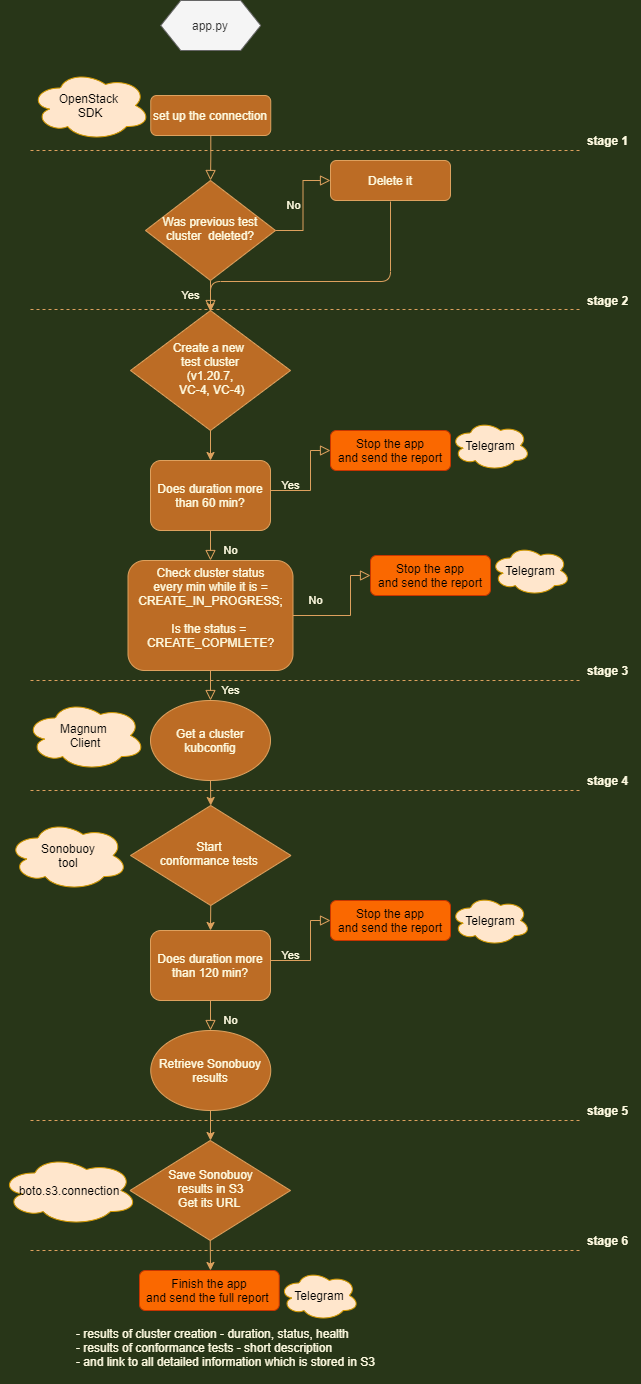
Vika1990Z/Vika keeps this draw.io diagram as full_cluster_monitoring_app.png. Above is the earlier version. Source tidied: cells renumbered, new cells last; positions are measured from the earlier drawing's top-left corner, leaving out a move shared by most shapes.
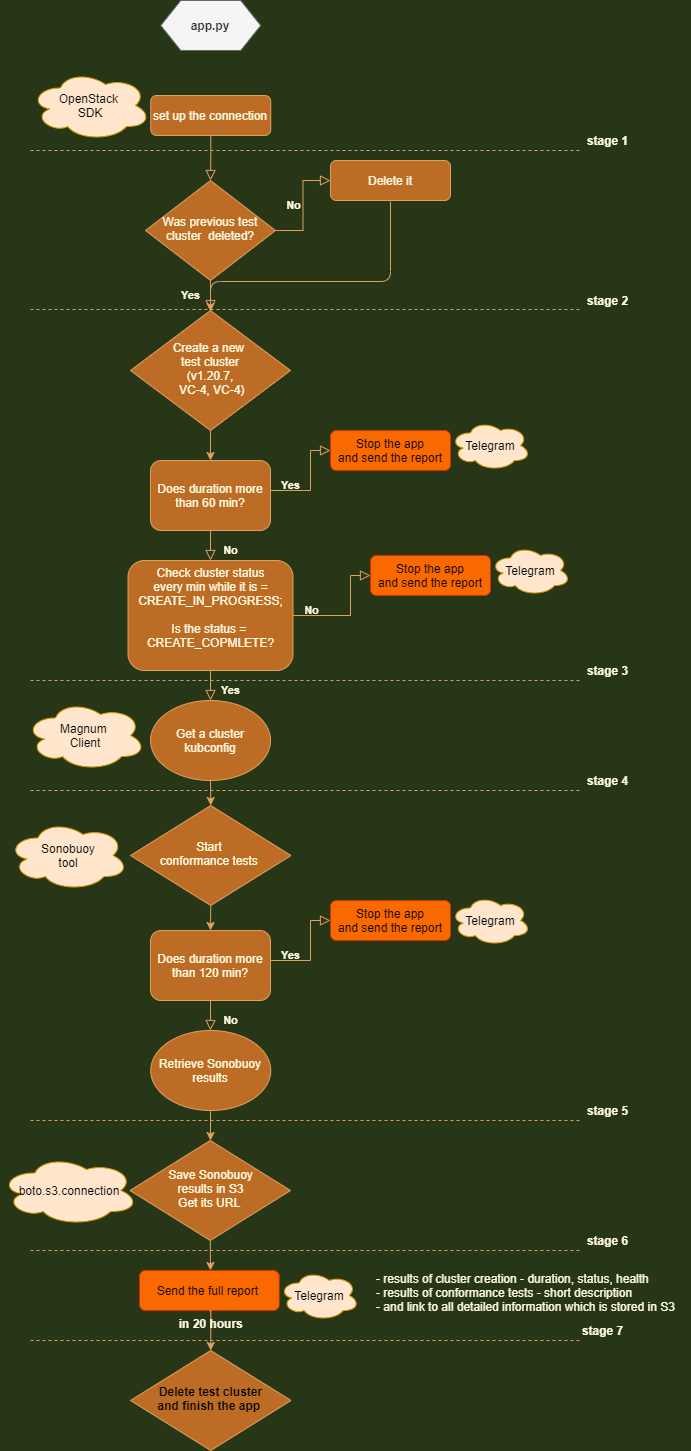
After the change.

The edit, as a diff of the source:
```diff
@@ -8,10 +8,10 @@
     <mxCell id="3" value="set up the connection" style="rounded=1;whiteSpace=wrap;html=1;fontSize=12;glass=0;strokeWidth=1;shadow=0;fillColor=#BC6C25;strokeColor=#DDA15E;fontColor=#FEFAE0;" parent="1" vertex="1">
       <mxGeometry x="150.2" y="95" width="120" height="40" as="geometry" />
     </mxCell>
-    <mxCell id="4" value="Yes" style="rounded=0;html=1;jettySize=auto;fontSize=11;endArrow=block;endFill=0;endSize=8;strokeWidth=1;shadow=0;labelBackgroundColor=none;edgeStyle=orthogonalEdgeStyle;strokeColor=#DDA15E;fontColor=#FEFAE0;" parent="1" edge="1" source="6" target="10">
+    <mxCell id="4" value="Yes" style="rounded=0;html=1;jettySize=auto;fontSize=11;endArrow=block;endFill=0;endSize=8;strokeWidth=1;shadow=0;labelBackgroundColor=none;edgeStyle=orthogonalEdgeStyle;strokeColor=#DDA15E;fontColor=#FEFAE0;fontStyle=1;" parent="1" edge="1" source="6" target="10">
       <mxGeometry y="20" relative="1" as="geometry" />
     </mxCell>
-    <mxCell id="5" value="No" style="edgeStyle=orthogonalEdgeStyle;rounded=0;html=1;jettySize=auto;fontSize=11;endArrow=block;endFill=0;endSize=8;strokeWidth=1;shadow=0;labelBackgroundColor=none;strokeColor=#DDA15E;fontColor=#FEFAE0;" parent="1" edge="1" source="6" target="8">
+    <mxCell id="5" value="No" style="edgeStyle=orthogonalEdgeStyle;rounded=0;html=1;jettySize=auto;fontSize=11;endArrow=block;endFill=0;endSize=8;strokeWidth=1;shadow=0;labelBackgroundColor=none;strokeColor=#DDA15E;fontColor=#FEFAE0;fontStyle=1;" parent="1" edge="1" source="6" target="8">
       <mxGeometry y="10" relative="1" as="geometry" />
     </mxCell>
     <mxCell id="6" value="Was previous test cluster&amp;nbsp; deleted?" style="rhombus;whiteSpace=wrap;html=1;shadow=0;fontFamily=Helvetica;fontSize=12;align=center;strokeWidth=1;spacing=6;spacingTop=-4;fillColor=#BC6C25;strokeColor=#DDA15E;fontColor=#FEFAE0;" parent="1" vertex="1">
@@ -42,7 +42,7 @@
     <mxCell id="12" value="Stop the app&lt;br&gt;and send the report" style="rounded=1;whiteSpace=wrap;html=1;fontSize=12;glass=0;strokeWidth=1;shadow=0;fillColor=#fa6800;strokeColor=#C73500;fontColor=#000000;" parent="1" vertex="1">
       <mxGeometry x="330" y="430" width="120" height="40" as="geometry" />
     </mxCell>
-    <mxCell id="13" value="Yes" style="rounded=0;html=1;jettySize=auto;fontSize=11;endArrow=block;endFill=0;endSize=8;strokeWidth=1;shadow=0;labelBackgroundColor=none;edgeStyle=orthogonalEdgeStyle;strokeColor=#DDA15E;fontColor=#FEFAE0;entryX=0;entryY=0.5;entryDx=0;entryDy=0;" parent="1" edge="1" target="12">
+    <mxCell id="13" value="Yes" style="rounded=0;html=1;jettySize=auto;fontSize=11;endArrow=block;endFill=0;endSize=8;strokeWidth=1;shadow=0;labelBackgroundColor=none;edgeStyle=orthogonalEdgeStyle;strokeColor=#DDA15E;fontColor=#FEFAE0;entryX=0;entryY=0.5;entryDx=0;entryDy=0;fontStyle=1;" parent="1" edge="1" target="12">
       <mxGeometry y="20" relative="1" as="geometry">
         <mxPoint x="270" y="500" as="sourcePoint" />
         <Array as="points">
@@ -55,7 +55,7 @@
     <mxCell id="14" value="Check cluster status&lt;br&gt;every min while it is = CREATE_IN_PROGRESS;&lt;br&gt;&lt;br&gt;Is the status =&amp;nbsp;&lt;br&gt;CREATE_COPMLETE?&lt;br&gt;&lt;font color=&quot;#ce9178&quot; face=&quot;consolas, courier new, monospace&quot;&gt;&lt;span style=&quot;font-size: 14px ; background-color: rgb(30 , 30 , 30)&quot;&gt;&lt;br&gt;&lt;/span&gt;&lt;/font&gt;" style="rounded=1;whiteSpace=wrap;html=1;fontSize=12;glass=0;strokeWidth=1;shadow=0;fillColor=#BC6C25;strokeColor=#DDA15E;fontColor=#FEFAE0;" parent="1" vertex="1">
       <mxGeometry x="127.5" y="560" width="165" height="110" as="geometry" />
     </mxCell>
-    <mxCell id="15" value="Yes" style="rounded=0;html=1;jettySize=auto;fontSize=11;endArrow=block;endFill=0;endSize=8;strokeWidth=1;shadow=0;labelBackgroundColor=none;edgeStyle=orthogonalEdgeStyle;strokeColor=#DDA15E;fontColor=#FEFAE0;entryX=0.5;entryY=0;entryDx=0;entryDy=0;" parent="1" edge="1" source="14" target="16">
+    <mxCell id="15" value="Yes" style="rounded=0;html=1;jettySize=auto;fontSize=11;endArrow=block;endFill=0;endSize=8;strokeWidth=1;shadow=0;labelBackgroundColor=none;edgeStyle=orthogonalEdgeStyle;strokeColor=#DDA15E;fontColor=#FEFAE0;entryX=0.5;entryY=0;entryDx=0;entryDy=0;fontStyle=1;" parent="1" edge="1" source="14" target="16">
       <mxGeometry x="0.6" y="20" relative="1" as="geometry" />
     </mxCell>
     <mxCell id="16" value="Get a cluster kubconfig" style="ellipse;whiteSpace=wrap;html=1;rounded=0;sketch=0;fontColor=#FEFAE0;strokeColor=#DDA15E;fillColor=#BC6C25;" parent="1" vertex="1">
@@ -64,8 +64,8 @@
     <mxCell id="17" value="Stop the app&lt;br&gt;and send the report" style="rounded=1;whiteSpace=wrap;html=1;fontSize=12;glass=0;strokeWidth=1;shadow=0;fillColor=#fa6800;strokeColor=#C73500;fontColor=#000000;" parent="1" vertex="1">
       <mxGeometry x="370" y="555" width="120" height="40" as="geometry" />
     </mxCell>
-    <mxCell id="18" value="No" style="edgeStyle=orthogonalEdgeStyle;rounded=0;html=1;jettySize=auto;fontSize=11;endArrow=block;endFill=0;endSize=8;strokeWidth=1;shadow=0;labelBackgroundColor=none;strokeColor=#DDA15E;fontColor=#FEFAE0;exitX=1;exitY=0.5;exitDx=0;exitDy=0;entryX=0;entryY=0.5;entryDx=0;entryDy=0;" parent="1" edge="1" source="14" target="17">
-      <mxGeometry x="-0.63" y="15" relative="1" as="geometry">
+    <mxCell id="18" value="No" style="edgeStyle=orthogonalEdgeStyle;rounded=0;html=1;jettySize=auto;fontSize=11;endArrow=block;endFill=0;endSize=8;strokeWidth=1;shadow=0;labelBackgroundColor=none;strokeColor=#DDA15E;fontColor=#FEFAE0;exitX=1;exitY=0.5;exitDx=0;exitDy=0;entryX=0;entryY=0.5;entryDx=0;entryDy=0;fontStyle=1;" parent="1" edge="1" source="14" target="17">
+      <mxGeometry x="-0.7" y="5" relative="1" as="geometry">
         <Array as="points">
           <mxPoint x="350" y="615" />
           <mxPoint x="350" y="575" />
@@ -93,7 +93,7 @@
     <mxCell id="25" style="edgeStyle=orthogonalEdgeStyle;curved=0;rounded=1;sketch=0;jettySize=auto;html=1;fontColor=#FEFAE0;strokeColor=#DDA15E;fillColor=#BC6C25;exitX=0.5;exitY=1;exitDx=0;exitDy=0;entryX=0.5;entryY=0;entryDx=0;entryDy=0;" parent="1" edge="1" source="20" target="24">
       <mxGeometry relative="1" as="geometry" />
     </mxCell>
-    <mxCell id="26" value="Yes" style="rounded=0;html=1;jettySize=auto;orthogonalLoop=1;fontSize=11;endArrow=block;endFill=0;endSize=8;strokeWidth=1;shadow=0;labelBackgroundColor=none;edgeStyle=orthogonalEdgeStyle;strokeColor=#DDA15E;fontColor=#FEFAE0;entryX=0;entryY=0.5;entryDx=0;entryDy=0;" parent="1" edge="1">
+    <mxCell id="26" value="Yes" style="rounded=0;html=1;jettySize=auto;orthogonalLoop=1;fontSize=11;endArrow=block;endFill=0;endSize=8;strokeWidth=1;shadow=0;labelBackgroundColor=none;edgeStyle=orthogonalEdgeStyle;strokeColor=#DDA15E;fontColor=#FEFAE0;entryX=0;entryY=0.5;entryDx=0;entryDy=0;fontStyle=1;" parent="1" edge="1">
       <mxGeometry y="20" relative="1" as="geometry">
         <mxPoint x="270" y="970" as="sourcePoint" />
         <mxPoint x="330" y="920" as="targetPoint" />
@@ -107,12 +107,12 @@
     <mxCell id="27" value="Stop the app&lt;br&gt;and send the report" style="rounded=1;whiteSpace=wrap;html=1;fontSize=12;glass=0;strokeWidth=1;shadow=0;fillColor=#fa6800;strokeColor=#C73500;fontColor=#000000;" parent="1" vertex="1">
       <mxGeometry x="330" y="900" width="120" height="40" as="geometry" />
     </mxCell>
-    <mxCell id="28" value="No" style="edgeStyle=orthogonalEdgeStyle;rounded=0;html=1;jettySize=auto;fontSize=11;endArrow=block;endFill=0;endSize=8;strokeWidth=1;shadow=0;labelBackgroundColor=none;strokeColor=#DDA15E;fontColor=#FEFAE0;" parent="1" edge="1" source="11">
+    <mxCell id="28" value="No" style="edgeStyle=orthogonalEdgeStyle;rounded=0;html=1;jettySize=auto;fontSize=11;endArrow=block;endFill=0;endSize=8;strokeWidth=1;shadow=0;labelBackgroundColor=none;strokeColor=#DDA15E;fontColor=#FEFAE0;fontStyle=1;" parent="1" edge="1" source="11">
       <mxGeometry x="0.6" y="20" relative="1" as="geometry">
         <mxPoint x="210" y="560" as="targetPoint" />
       </mxGeometry>
     </mxCell>
-    <mxCell id="29" value="No" style="edgeStyle=orthogonalEdgeStyle;rounded=0;html=1;jettySize=auto;orthogonalLoop=1;fontSize=11;endArrow=block;endFill=0;endSize=8;strokeWidth=1;shadow=0;labelBackgroundColor=none;strokeColor=#DDA15E;fontColor=#FEFAE0;" parent="1" edge="1">
+    <mxCell id="29" value="No" style="edgeStyle=orthogonalEdgeStyle;rounded=0;html=1;jettySize=auto;orthogonalLoop=1;fontSize=11;endArrow=block;endFill=0;endSize=8;strokeWidth=1;shadow=0;labelBackgroundColor=none;strokeColor=#DDA15E;fontColor=#FEFAE0;fontStyle=1;" parent="1" edge="1">
       <mxGeometry x="0.33" y="20" relative="1" as="geometry">
         <mxPoint x="210" y="1000" as="sourcePoint" />
         <mxPoint x="210" y="1030" as="targetPoint" />
@@ -121,7 +121,7 @@
     <mxCell id="30" value="Retrieve Sonobuoy&lt;br&gt;results" style="ellipse;whiteSpace=wrap;html=1;rounded=0;sketch=0;fontColor=#FEFAE0;strokeColor=#DDA15E;fillColor=#BC6C25;" parent="1" vertex="1">
       <mxGeometry x="150.2" y="1030" width="120" height="80" as="geometry" />
     </mxCell>
-    <mxCell id="31" value="app.py" style="shape=hexagon;perimeter=hexagonPerimeter2;whiteSpace=wrap;html=1;fixedSize=1;rounded=0;sketch=0;strokeColor=#666666;fillColor=#f5f5f5;fontColor=#333333;" parent="1" vertex="1">
+    <mxCell id="31" value="app.py" style="shape=hexagon;perimeter=hexagonPerimeter2;whiteSpace=wrap;html=1;fixedSize=1;rounded=0;sketch=0;strokeColor=#666666;fillColor=#f5f5f5;fontColor=#333333;fontStyle=1;" parent="1" vertex="1">
       <mxGeometry x="160.2" width="100" height="50" as="geometry" />
     </mxCell>
     <mxCell id="32" style="edgeStyle=orthogonalEdgeStyle;curved=0;rounded=1;sketch=0;orthogonalLoop=1;jettySize=auto;html=1;fontColor=#FEFAE0;strokeColor=#DDA15E;fillColor=#BC6C25;" parent="1" edge="1">
@@ -141,11 +141,11 @@
         <mxPoint x="210" y="1270" as="targetPoint" />
       </mxGeometry>
     </mxCell>
-    <mxCell id="36" value="Finish the app&lt;br&gt;and send the full report&amp;nbsp;" style="rounded=1;whiteSpace=wrap;html=1;fontSize=12;glass=0;strokeWidth=1;shadow=0;fillColor=#fa6800;strokeColor=#C73500;fontColor=#000000;" parent="1" vertex="1">
+    <mxCell id="36" value="Send the full report&amp;nbsp;" style="rounded=1;whiteSpace=wrap;html=1;fontSize=12;glass=0;strokeWidth=1;shadow=0;fillColor=#fa6800;strokeColor=#C73500;fontColor=#000000;" parent="1" vertex="1">
       <mxGeometry x="139" y="1270" width="139.8" height="40" as="geometry" />
     </mxCell>
     <mxCell id="37" value="- results of cluster creation - duration, status, health&#10;- results of conformance tests - short description &#10;- and link to all detailed information which is stored in S3" style="text;strokeColor=none;fillColor=none;align=left;verticalAlign=top;spacingLeft=4;spacingRight=4;overflow=hidden;rounded=0;sketch=0;fontColor=#FEFAE0;" parent="1" vertex="1">
-      <mxGeometry x="70" y="1320" width="320" height="60" as="geometry" />
+      <mxGeometry x="370" y="1265" width="320" height="60" as="geometry" />
     </mxCell>
     <mxCell id="38" style="endArrow=none;dashed=1;html=1;fontColor=#FEFAE0;strokeColor=#DDA15E;fillColor=#BC6C25;" parent="1" edge="1">
       <mxGeometry relative="1" as="geometry">
@@ -213,5 +213,27 @@
     <mxCell id="53" value="Telegram" style="ellipse;shape=cloud;whiteSpace=wrap;html=1;rounded=0;sketch=0;strokeColor=#d79b00;fillColor=#ffe6cc;" parent="1" vertex="1">
       <mxGeometry x="278.8" y="1270" width="80" height="50" as="geometry" />
     </mxCell>
+    <mxCell id="54" style="edgeStyle=orthogonalEdgeStyle;curved=0;rounded=1;sketch=0;jettySize=auto;html=1;fontColor=#FEFAE0;strokeColor=#DDA15E;fillColor=#BC6C25;exitX=0.5;exitY=1;exitDx=0;exitDy=0;entryX=0.5;entryY=0;entryDx=0;entryDy=0;" parent="1" edge="1" source="36" target="55">
+      <mxGeometry relative="1" as="geometry">
+        <Array as="points">
+          <mxPoint x="210" y="1310" />
+        </Array>
+      </mxGeometry>
+    </mxCell>
+    <mxCell id="55" value="&lt;span style=&quot;color: rgb(0 , 0 , 0)&quot;&gt;Delete test cluster&lt;br&gt;and finish the app&lt;/span&gt;&lt;span style=&quot;color: rgb(0 , 0 , 0)&quot;&gt;&amp;nbsp;&lt;/span&gt;" style="rhombus;whiteSpace=wrap;html=1;shadow=0;fontFamily=Helvetica;fontSize=12;align=center;strokeWidth=1;spacing=6;spacingTop=-4;fillColor=#BC6C25;strokeColor=#DDA15E;fontColor=#FEFAE0;fontStyle=1;" parent="1" vertex="1">
+      <mxGeometry x="130" y="1350" width="160.5" height="100" as="geometry" />
+    </mxCell>
+    <mxCell id="56" value="in 20 hours" style="text;strokeColor=none;fillColor=none;align=left;verticalAlign=top;spacingLeft=4;spacingRight=4;overflow=hidden;rounded=0;sketch=0;fontColor=#FEFAE0;fontStyle=1;" parent="1" vertex="1">
+      <mxGeometry x="172.8" y="1310" width="75" height="20" as="geometry" />
+    </mxCell>
+    <mxCell id="57" style="endArrow=none;dashed=1;html=1;fontColor=#FEFAE0;strokeColor=#DDA15E;fillColor=#BC6C25;" parent="1" edge="1">
+      <mxGeometry relative="1" as="geometry">
+        <mxPoint x="30" y="1340" as="sourcePoint" />
+        <mxPoint x="580" y="1340" as="targetPoint" />
+      </mxGeometry>
+    </mxCell>
+    <mxCell id="58" value="stage 7" style="text;html=1;strokeColor=none;fillColor=none;align=center;verticalAlign=middle;whiteSpace=wrap;rounded=0;dashed=1;sketch=0;fontColor=#FEFAE0;fontStyle=1;" parent="1" vertex="1">
+      <mxGeometry x="570" y="1320" width="65" height="20" as="geometry" />
+    </mxCell>
   </root>
 </mxGraphModel>
```
